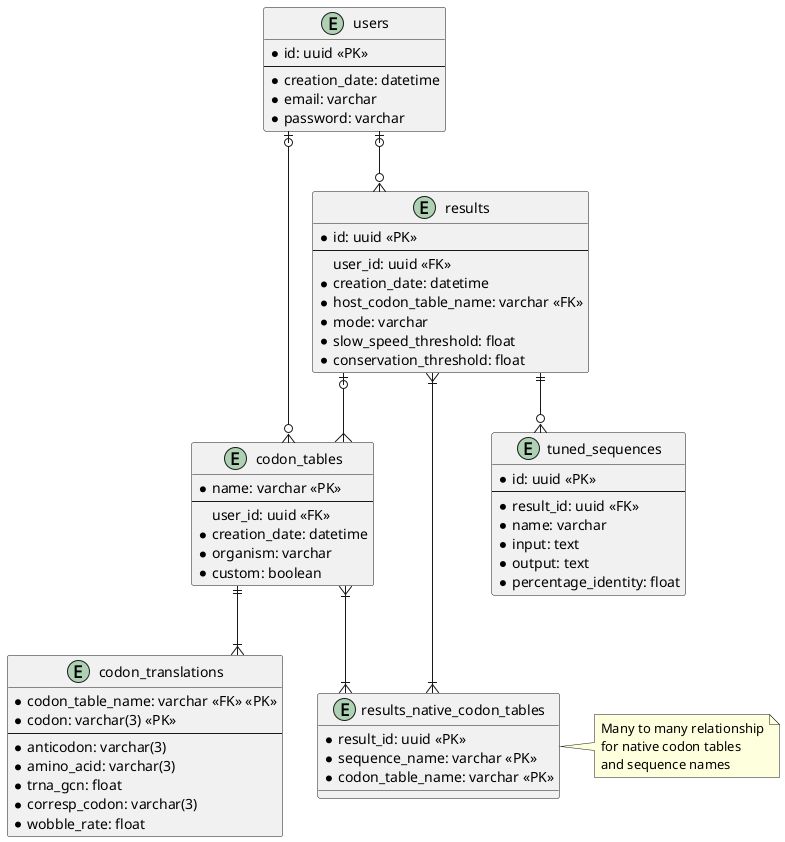
Above: db_schema.png in tbonnabaud/expressinhost_web (PlantUML), before the change.
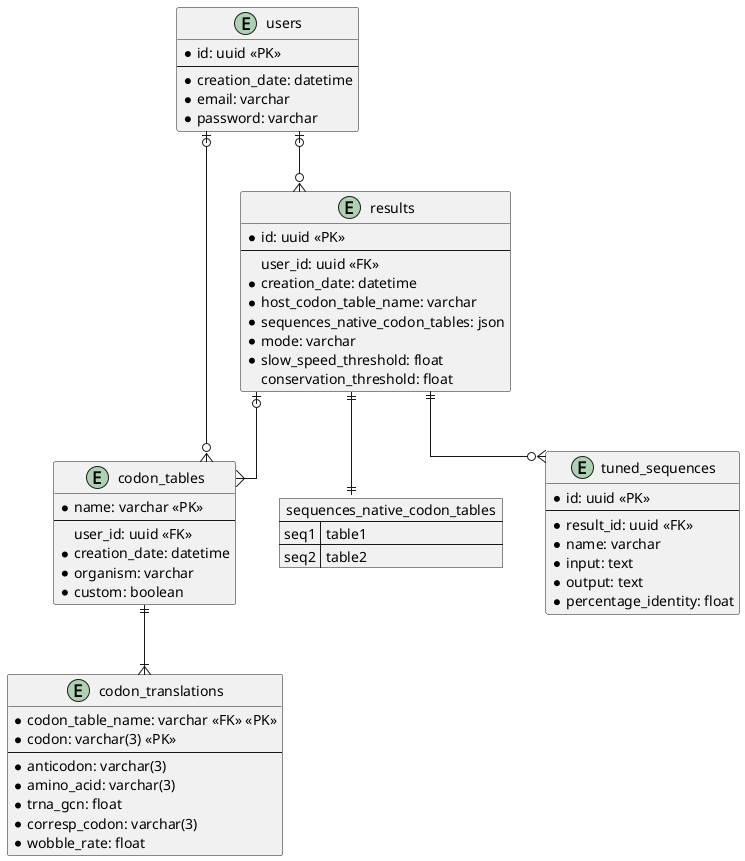
Later version of the same file.

Commit message:
Return to JSON format for now

The edit, as a diff of the source:
```diff
@@ -34,18 +34,18 @@
     --
     user_id: uuid <<FK>>
     * creation_date: datetime
-    * host_codon_table_name: varchar <<FK>>
+    * host_codon_table_name: varchar
+    * sequences_native_codon_tables: json
     * mode: varchar
     * slow_speed_threshold: float
-    * conservation_threshold: float
+    conservation_threshold: float
 }
 
-entity results_native_codon_tables {
-    * result_id: uuid <<PK>>
-    * sequence_name: varchar <<PK>>
-    * codon_table_name: varchar <<PK>>
+json sequences_native_codon_tables {
+    "seq1": "table1",
+    "seq2": "table2"
 }
-note right: Many to many relationship\nfor native codon tables\nand sequence names
+
 
 entity tuned_sequences {
     * id: uuid <<PK>>
@@ -61,7 +61,6 @@
 users |o--o{ codon_tables
 results ||--o{ tuned_sequences
 results |o--{ codon_tables
-results }|--|{ results_native_codon_tables
-codon_tables }|--|{ results_native_codon_tables
+results ||--|| sequences_native_codon_tables
 codon_tables ||--|{ codon_translations
 @enduml
```
